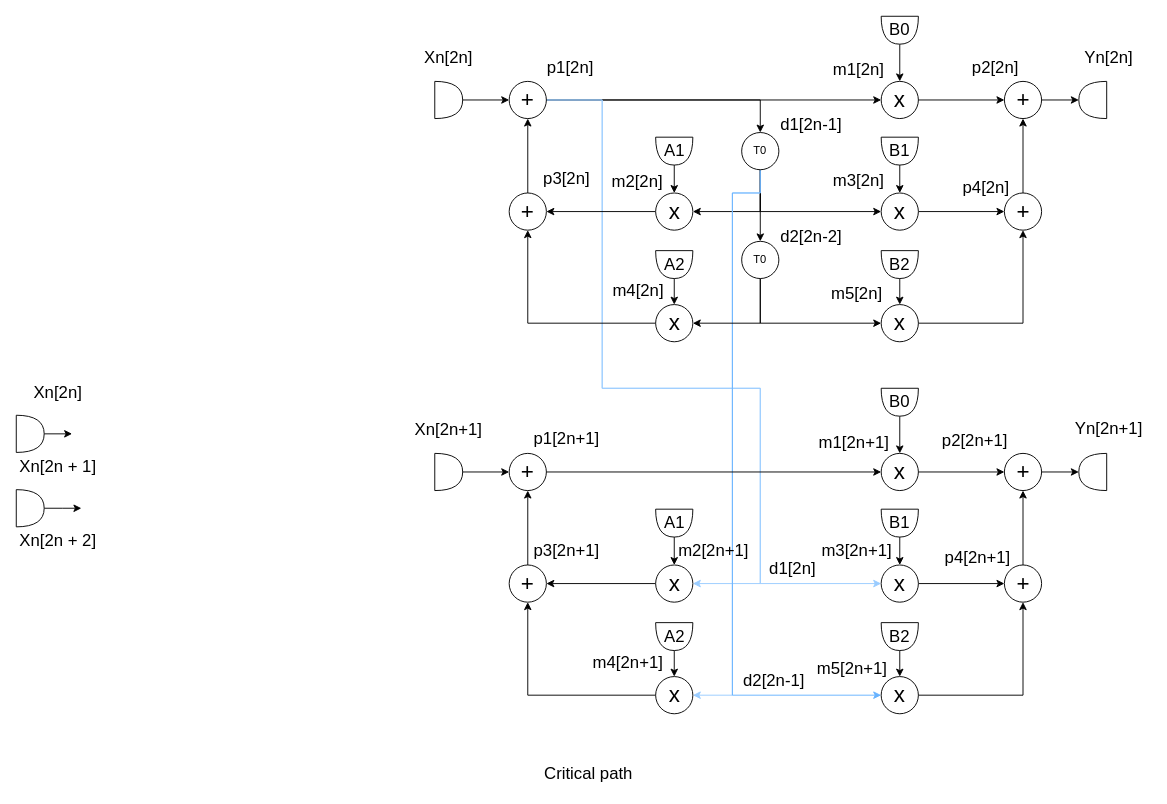
martinreinok/IDSP191210950 keeps this draw.io diagram as page "Unrolling" (4 of 4) of Assignment2/IDSP Assignment 2.drawio. Above is the earlier version. Source tidied: cells renumbered, new cells numbered last; positions are measured from the earlier drawing's top-left corner, leaving out a move shared by most shapes. Both pictures are drawn from the tidied source at 93%, with x=0, y=0 at pixel (16, 16).
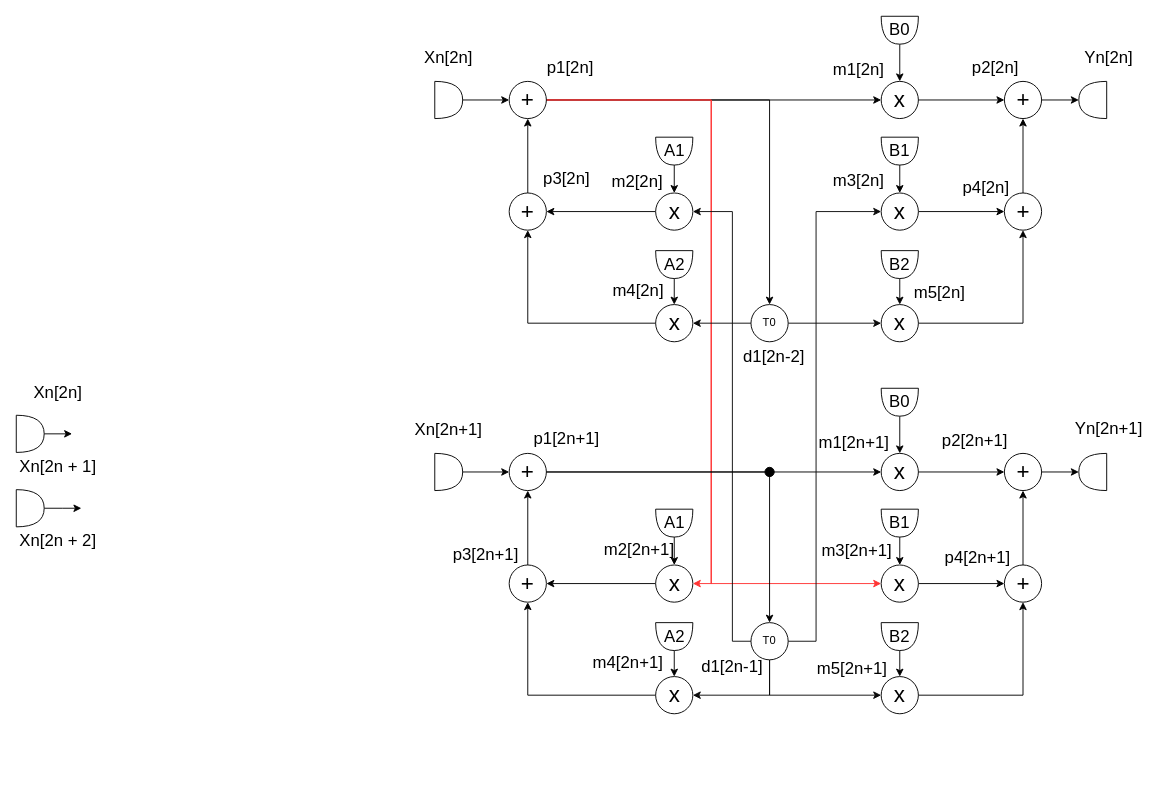
The same diagram, later.

Unchanged cells that the change refers to:
```xml
<mxCell id="6" value="&lt;font style=&quot;font-size: 24px;&quot;&gt;+&lt;/font&gt;" style="ellipse;whiteSpace=wrap;html=1;" parent="1" vertex="1">
  <mxGeometry x="530" y="70" width="40" height="40" as="geometry" />
</mxCell>
<mxCell id="16" value="&lt;font style=&quot;font-size: 24px;&quot;&gt;x&lt;/font&gt;" style="ellipse;whiteSpace=wrap;html=1;" parent="1" vertex="1">
  <mxGeometry x="930" y="190" width="40" height="40" as="geometry" />
</mxCell>
<mxCell id="18" value="&lt;font style=&quot;font-size: 24px;&quot;&gt;x&lt;/font&gt;" style="ellipse;whiteSpace=wrap;html=1;" parent="1" vertex="1">
  <mxGeometry x="930" y="310" width="40" height="40" as="geometry" />
</mxCell>
<mxCell id="20" value="&lt;font style=&quot;font-size: 24px;&quot;&gt;x&lt;/font&gt;" style="ellipse;whiteSpace=wrap;html=1;" parent="1" vertex="1">
  <mxGeometry x="687.5" y="310" width="40" height="40" as="geometry" />
</mxCell>
<mxCell id="50" value="&lt;font style=&quot;font-size: 24px;&quot;&gt;x&lt;/font&gt;" style="ellipse;whiteSpace=wrap;html=1;" parent="1" vertex="1">
  <mxGeometry x="687.5" y="190" width="40" height="40" as="geometry" />
</mxCell>
<mxCell id="65" value="&lt;font style=&quot;font-size: 24px;&quot;&gt;+&lt;/font&gt;" style="ellipse;whiteSpace=wrap;html=1;" parent="1" vertex="1">
  <mxGeometry x="530" y="470" width="40" height="40" as="geometry" />
</mxCell>
<mxCell id="75" value="&lt;font style=&quot;font-size: 24px;&quot;&gt;x&lt;/font&gt;" style="ellipse;whiteSpace=wrap;html=1;" parent="1" vertex="1">
  <mxGeometry x="930" y="590" width="40" height="40" as="geometry" />
</mxCell>
<mxCell id="77" value="&lt;font style=&quot;font-size: 24px;&quot;&gt;x&lt;/font&gt;" style="ellipse;whiteSpace=wrap;html=1;" parent="1" vertex="1">
  <mxGeometry x="930" y="710" width="40" height="40" as="geometry" />
</mxCell>
<mxCell id="79" value="&lt;font style=&quot;font-size: 24px;&quot;&gt;x&lt;/font&gt;" style="ellipse;whiteSpace=wrap;html=1;" parent="1" vertex="1">
  <mxGeometry x="687.5" y="710" width="40" height="40" as="geometry" />
</mxCell>
<mxCell id="102" value="&lt;font style=&quot;font-size: 24px;&quot;&gt;x&lt;/font&gt;" style="ellipse;whiteSpace=wrap;html=1;" parent="1" vertex="1">
  <mxGeometry x="687.5" y="590" width="40" height="40" as="geometry" />
</mxCell>
```

What changed in the source:
```diff
@@
-    <mxCell id="4" style="edgeStyle=orthogonalEdgeStyle;rounded=0;jettySize=auto;html=1;exitX=1;exitY=0.5;exitDx=0;exitDy=0;entryX=1;entryY=0.5;entryDx=0;entryDy=0;strokeColor=#99CCFF;fontSize=18;endArrow=classic;endFill=1;" parent="1" edge="1" source="6" target="102">
-      <mxGeometry relative="1" as="geometry">
-        <Array as="points">
-          <mxPoint x="630" y="90" />
-          <mxPoint x="630" y="400" />
-          <mxPoint x="800" y="400" />
-          <mxPoint x="800" y="610" />
-        </Array>
-      </mxGeometry>
+    <mxCell id="4" style="edgeStyle=orthogonalEdgeStyle;rounded=0;jettySize=auto;html=1;exitX=1;exitY=0.5;exitDx=0;exitDy=0;entryX=1;entryY=0.5;entryDx=0;entryDy=0;strokeColor=#FF3333;" parent="1" edge="1" source="6" target="102">
+      <mxGeometry relative="1" as="geometry" />
     </mxCell>
-    <mxCell id="5" style="edgeStyle=orthogonalEdgeStyle;rounded=0;jettySize=auto;html=1;exitX=1;exitY=0.5;exitDx=0;exitDy=0;entryX=0;entryY=0.5;entryDx=0;entryDy=0;strokeColor=#99CCFF;fontSize=18;endArrow=classic;endFill=1;" parent="1" edge="1" source="6" target="75">
+    <mxCell id="5" style="edgeStyle=orthogonalEdgeStyle;rounded=0;jettySize=auto;html=1;exitX=1;exitY=0.5;exitDx=0;exitDy=0;entryX=0;entryY=0.5;entryDx=0;entryDy=0;strokeColor=#FF3333;" parent="1" edge="1" source="6" target="75">
       <mxGeometry relative="1" as="geometry">
         <Array as="points">
-          <mxPoint x="630" y="90" />
-          <mxPoint x="630" y="400" />
-          <mxPoint x="800" y="400" />
-          <mxPoint x="800" y="610" />
+          <mxPoint x="747" y="90" />
+          <mxPoint x="747" y="610" />
         </Array>
       </mxGeometry>
     </mxCell>
@@
     <mxCell id="39" value="m5[2n]" style="text;html=1;strokeColor=none;fillColor=none;align=center;verticalAlign=middle;whiteSpace=wrap;rounded=0;fontSize=18;" parent="1" vertex="1">
-      <mxGeometry x="874" y="284" width="60" height="30" as="geometry" />
+      <mxGeometry x="962.5" y="282" width="60" height="30" as="geometry" />
     </mxCell>
@@
-    <mxCell id="43" style="edgeStyle=orthogonalEdgeStyle;rounded=0;jettySize=auto;html=1;exitX=1;exitY=0.5;exitDx=0;exitDy=0;entryX=1;entryY=0.5;entryDx=0;entryDy=0;strokeColor=#000000;fontSize=18;endArrow=classic;endFill=1;" parent="1" edge="1" source="48" target="50">
-      <mxGeometry relative="1" as="geometry" />
-    </mxCell>
-    <mxCell id="44" style="edgeStyle=orthogonalEdgeStyle;rounded=0;jettySize=auto;html=1;exitX=1;exitY=0.5;exitDx=0;exitDy=0;entryX=0;entryY=0.5;entryDx=0;entryDy=0;strokeColor=#000000;fontSize=18;endArrow=classic;endFill=1;" parent="1" edge="1" source="48" target="16">
-      <mxGeometry relative="1" as="geometry" />
-    </mxCell>
-    <mxCell id="45" style="edgeStyle=orthogonalEdgeStyle;rounded=0;jettySize=auto;html=1;exitX=1;exitY=0.5;exitDx=0;exitDy=0;entryX=0;entryY=0.5;entryDx=0;entryDy=0;strokeColor=#000000;fontSize=18;endArrow=classic;endFill=1;" parent="1" edge="1" source="48" target="54">
-      <mxGeometry relative="1" as="geometry" />
-    </mxCell>
-    <mxCell id="46" style="edgeStyle=orthogonalEdgeStyle;rounded=0;jettySize=auto;html=1;exitX=1;exitY=0.5;exitDx=0;exitDy=0;entryX=1;entryY=0.5;entryDx=0;entryDy=0;strokeColor=#99CCFF;fontSize=18;endArrow=classic;endFill=1;" parent="1" edge="1" source="48" target="79">
-      <mxGeometry relative="1" as="geometry">
-        <Array as="points">
-          <mxPoint x="800" y="190" />
-          <mxPoint x="770" y="190" />
-          <mxPoint x="770" y="730" />
-        </Array>
-      </mxGeometry>
-    </mxCell>
-    <mxCell id="47" style="edgeStyle=orthogonalEdgeStyle;rounded=0;jettySize=auto;html=1;exitX=1;exitY=0.5;exitDx=0;exitDy=0;entryX=0;entryY=0.5;entryDx=0;entryDy=0;strokeColor=#66B2FF;fontSize=18;endArrow=classic;endFill=1;" parent="1" edge="1" source="48" target="77">
-      <mxGeometry relative="1" as="geometry">
-        <Array as="points">
-          <mxPoint x="800" y="190" />
-          <mxPoint x="770" y="190" />
-          <mxPoint x="770" y="730" />
-        </Array>
-      </mxGeometry>
-    </mxCell>
+    <mxCell id="110" style="edgeStyle=orthogonalEdgeStyle;rounded=0;jettySize=auto;html=1;exitX=0.5;exitY=0;exitDx=0;exitDy=0;entryX=0;entryY=0.5;entryDx=0;entryDy=0;strokeColor=#0A0A0A;fillColor=#0A0A0A;" parent="1" edge="1" source="48" target="18">
+      <mxGeometry relative="1" as="geometry" />
+    </mxCell>
+    <mxCell id="111" style="edgeStyle=orthogonalEdgeStyle;rounded=0;jettySize=auto;html=1;exitX=0.5;exitY=1;exitDx=0;exitDy=0;entryX=1;entryY=0.5;entryDx=0;entryDy=0;strokeColor=#0A0A0A;fillColor=#0A0A0A;" parent="1" edge="1" source="48" target="20">
+      <mxGeometry relative="1" as="geometry" />
+    </mxCell>
     <mxCell id="48" value="T0" style="ellipse;whiteSpace=wrap;html=1;direction=south;" parent="1" vertex="1">
-      <mxGeometry x="780" y="125" width="40" height="40" as="geometry" />
+      <mxGeometry x="790" y="310" width="40" height="40" as="geometry" />
     </mxCell>
-    <mxCell id="49" value="d1[2n-1]" style="text;html=1;strokeColor=none;fillColor=none;align=center;verticalAlign=middle;whiteSpace=wrap;rounded=0;fontSize=18;" parent="1" vertex="1">
-      <mxGeometry x="820" y="102" width="70" height="30" as="geometry" />
+    <mxCell id="49" value="d1[2n-2]" style="text;html=1;strokeColor=none;fillColor=none;align=center;verticalAlign=middle;whiteSpace=wrap;rounded=0;fontSize=18;" parent="1" vertex="1">
+      <mxGeometry x="780" y="351" width="70" height="30" as="geometry" />
     </mxCell>
@@
-    <mxCell id="52" style="edgeStyle=orthogonalEdgeStyle;rounded=0;jettySize=auto;html=1;exitX=1;exitY=0.5;exitDx=0;exitDy=0;entryX=1;entryY=0.5;entryDx=0;entryDy=0;strokeColor=#000000;fontSize=18;endArrow=classic;endFill=1;" parent="1" edge="1" source="54" target="20">
-      <mxGeometry relative="1" as="geometry" />
-    </mxCell>
-    <mxCell id="53" style="edgeStyle=orthogonalEdgeStyle;rounded=0;jettySize=auto;html=1;exitX=1;exitY=0.5;exitDx=0;exitDy=0;entryX=0;entryY=0.5;entryDx=0;entryDy=0;strokeColor=#000000;fontSize=18;endArrow=classic;endFill=1;" parent="1" edge="1" source="54" target="18">
-      <mxGeometry relative="1" as="geometry" />
-    </mxCell>
-    <mxCell id="54" value="T0" style="ellipse;whiteSpace=wrap;html=1;direction=south;" parent="1" vertex="1">
-      <mxGeometry x="780" y="242" width="40" height="40" as="geometry" />
-    </mxCell>
-    <mxCell id="55" value="d2[2n-2]" style="text;html=1;strokeColor=none;fillColor=none;align=center;verticalAlign=middle;whiteSpace=wrap;rounded=0;fontSize=18;" parent="1" vertex="1">
-      <mxGeometry x="820" y="222" width="70" height="30" as="geometry" />
-    </mxCell>
@@
+    <mxCell id="112" style="edgeStyle=orthogonalEdgeStyle;rounded=0;jettySize=auto;html=1;exitX=1;exitY=0.5;exitDx=0;exitDy=0;entryX=0;entryY=0.5;entryDx=0;entryDy=0;startArrow=none;" parent="1" edge="1" source="118" target="54">
+      <mxGeometry relative="1" as="geometry">
+        <Array as="points">
+          <mxPoint x="810" y="490" />
+        </Array>
+      </mxGeometry>
+    </mxCell>
@@
     <mxCell id="95" value="p3[2n+1]" style="text;html=1;strokeColor=none;fillColor=none;align=center;verticalAlign=middle;whiteSpace=wrap;rounded=0;fontSize=18;" parent="1" vertex="1">
-      <mxGeometry x="562" y="560" width="60" height="30" as="geometry" />
+      <mxGeometry x="475" y="564" width="60" height="30" as="geometry" />
     </mxCell>
@@
     <mxCell id="103" value="m2[2n+1]" style="text;html=1;strokeColor=none;fillColor=none;align=center;verticalAlign=middle;whiteSpace=wrap;rounded=0;fontSize=18;" parent="1" vertex="1">
-      <mxGeometry x="720" y="560" width="60" height="30" as="geometry" />
+      <mxGeometry x="640" y="559" width="60" height="30" as="geometry" />
     </mxCell>
-    <mxCell id="104" value="d2[2n-1]" style="text;html=1;strokeColor=none;fillColor=none;align=center;verticalAlign=middle;whiteSpace=wrap;rounded=0;fontSize=18;" parent="1" vertex="1">
-      <mxGeometry x="780" y="700" width="70" height="30" as="geometry" />
-    </mxCell>
@@
-    <mxCell id="108" value="d1[2n]" style="text;html=1;strokeColor=none;fillColor=none;align=center;verticalAlign=middle;whiteSpace=wrap;rounded=0;fontSize=18;" parent="1" vertex="1">
-      <mxGeometry x="800" y="579" width="70" height="30" as="geometry" />
+    <mxCell id="108" value="d1[2n-1]" style="text;html=1;strokeColor=none;fillColor=none;align=center;verticalAlign=middle;whiteSpace=wrap;rounded=0;fontSize=18;" parent="1" vertex="1">
+      <mxGeometry x="735" y="685" width="70" height="30" as="geometry" />
     </mxCell>
-    <mxCell id="109" value="Critical path&amp;nbsp;&amp;nbsp;" style="text;html=1;strokeColor=none;fillColor=none;align=left;verticalAlign=middle;whiteSpace=wrap;rounded=0;fontSize=18;" parent="1" vertex="1">
-      <mxGeometry x="566" y="800" width="570" height="30" as="geometry" />
-    </mxCell>
+    <mxCell id="113" style="edgeStyle=orthogonalEdgeStyle;rounded=0;jettySize=auto;html=1;exitX=0.5;exitY=1;exitDx=0;exitDy=0;entryX=1;entryY=0.5;entryDx=0;entryDy=0;strokeColor=#0A0A0A;" parent="1" edge="1" source="54" target="50">
+      <mxGeometry relative="1" as="geometry">
+        <Array as="points">
+          <mxPoint x="770" y="672" />
+          <mxPoint x="770" y="210" />
+        </Array>
+      </mxGeometry>
+    </mxCell>
+    <mxCell id="114" style="edgeStyle=orthogonalEdgeStyle;rounded=0;jettySize=auto;html=1;exitX=0.5;exitY=0;exitDx=0;exitDy=0;entryX=0;entryY=0.5;entryDx=0;entryDy=0;strokeColor=#0A0A0A;" parent="1" edge="1" source="54" target="16">
+      <mxGeometry relative="1" as="geometry">
+        <Array as="points">
+          <mxPoint x="860" y="672" />
+          <mxPoint x="860" y="210" />
+        </Array>
+      </mxGeometry>
+    </mxCell>
+    <mxCell id="115" style="edgeStyle=orthogonalEdgeStyle;rounded=0;jettySize=auto;html=1;exitX=1;exitY=0.5;exitDx=0;exitDy=0;entryX=1;entryY=0.5;entryDx=0;entryDy=0;strokeColor=#0A0A0A;" parent="1" edge="1" source="54" target="79">
+      <mxGeometry relative="1" as="geometry" />
+    </mxCell>
+    <mxCell id="116" style="edgeStyle=orthogonalEdgeStyle;rounded=0;jettySize=auto;html=1;exitX=1;exitY=0.5;exitDx=0;exitDy=0;entryX=0;entryY=0.5;entryDx=0;entryDy=0;strokeColor=#0A0A0A;" parent="1" edge="1" source="54" target="77">
+      <mxGeometry relative="1" as="geometry" />
+    </mxCell>
+    <mxCell id="54" value="T0" style="ellipse;whiteSpace=wrap;html=1;direction=south;" parent="1" vertex="1">
+      <mxGeometry x="790" y="652" width="40" height="40" as="geometry" />
+    </mxCell>
+    <mxCell id="117" style="edgeStyle=orthogonalEdgeStyle;rounded=0;jettySize=auto;html=1;exitX=1;exitY=0.5;exitDx=0;exitDy=0;entryX=0;entryY=0.5;entryDx=0;entryDy=0;endArrow=none;" parent="1" edge="1" source="65" target="118">
+      <mxGeometry relative="1" as="geometry" />
+    </mxCell>
+    <mxCell id="118" style="ellipse;whiteSpace=wrap;html=1;strokeColor=#000000;fillColor=#000000;" parent="1" vertex="1">
+      <mxGeometry x="805" y="485" width="10" height="10" as="geometry" />
+    </mxCell>
```
